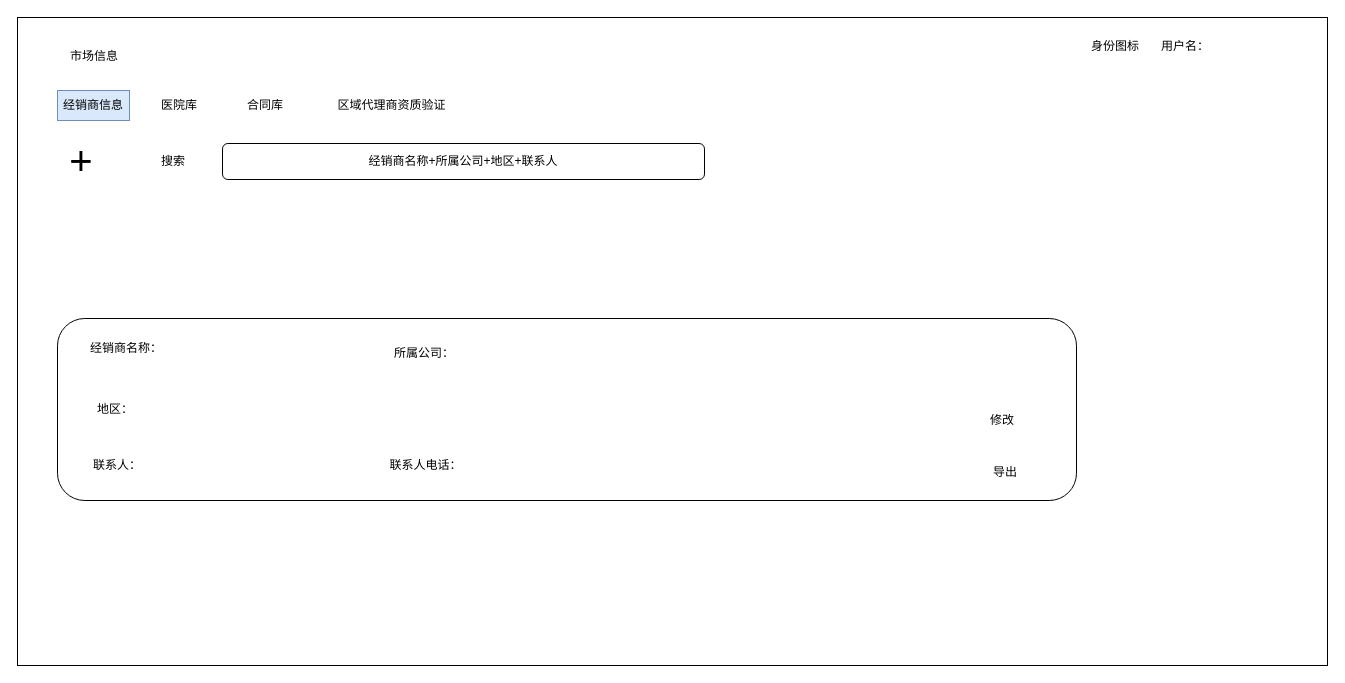
The draw.io diagram page "经销商信息" (1 of 6) of 泰加市场.drawio in cangwang/news, before the edit. Source tidied: cells renumbered, new cells numbered last; positions are measured from the earlier drawing's top-left corner, leaving out a move shared by most shapes. Both pictures are drawn from the tidied source at 100%, with x=0, y=0 at pixel (17, 17).
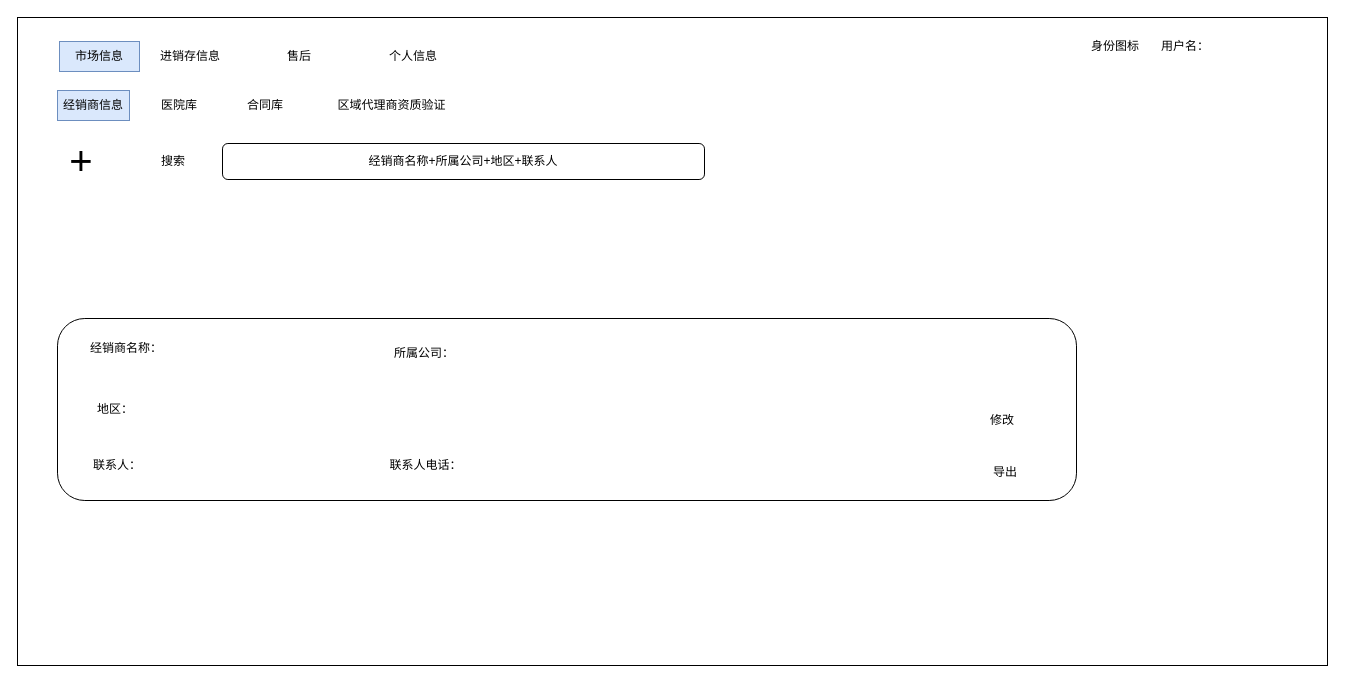
The same page after the edit.

Change to the diagram source:
```diff
@@
-    <mxCell id="3" value="市场信息" style="text;html=1;strokeColor=none;fillColor=none;align=center;verticalAlign=middle;whiteSpace=wrap;rounded=0;" parent="1" vertex="1">
-      <mxGeometry x="37" y="24" width="80" height="30" as="geometry" />
-    </mxCell>
@@
+    <mxCell id="3" value="市场信息" style="text;html=1;strokeColor=#6c8ebf;fillColor=#dae8fc;align=center;verticalAlign=middle;whiteSpace=wrap;rounded=0;" parent="1" vertex="1">
+      <mxGeometry x="42" y="24" width="80" height="30" as="geometry" />
+    </mxCell>
+    <mxCell id="21" value="进销存信息" style="text;html=1;align=center;verticalAlign=middle;whiteSpace=wrap;rounded=0;" parent="1" vertex="1">
+      <mxGeometry x="133" y="24" width="80" height="30" as="geometry" />
+    </mxCell>
+    <mxCell id="22" value="售后" style="text;html=1;strokeColor=none;fillColor=none;align=center;verticalAlign=middle;whiteSpace=wrap;rounded=0;" parent="1" vertex="1">
+      <mxGeometry x="242" y="24" width="80" height="30" as="geometry" />
+    </mxCell>
+    <mxCell id="23" value="个人信息" style="text;html=1;strokeColor=none;fillColor=none;align=center;verticalAlign=middle;whiteSpace=wrap;rounded=0;" parent="1" vertex="1">
+      <mxGeometry x="356" y="24" width="80" height="30" as="geometry" />
+    </mxCell>
```
